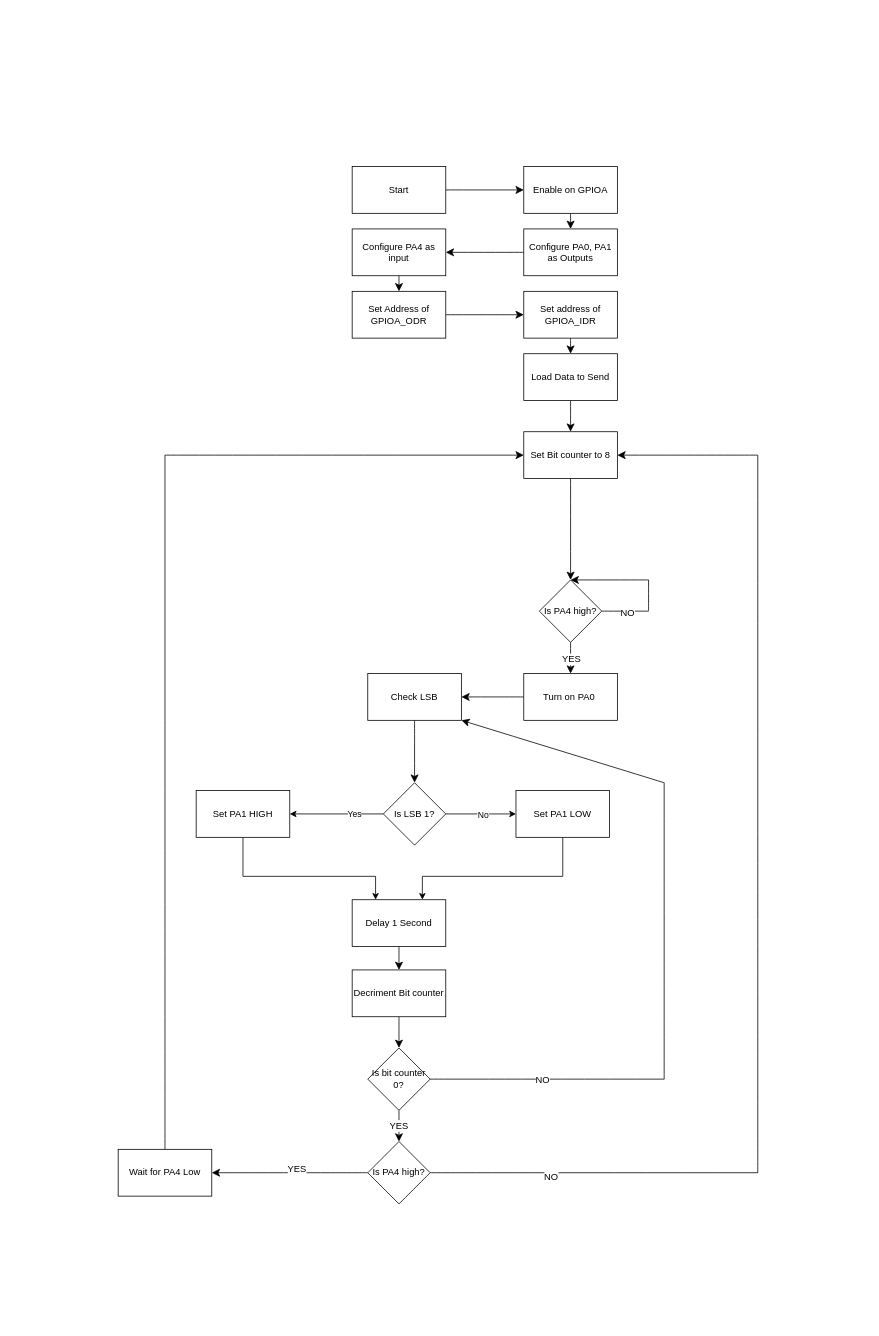
Before: Project Flowcharts/STM32 Part (Final Project).drawio in Qbowling/349_final_project, a draw.io diagram. Source tidied: cells renumbered, new cells numbered last; positions are measured from the earlier drawing's top-left corner, leaving out a move shared by most shapes. Both pictures are drawn from the tidied source at 78%, with x=0, y=0 at pixel (118, 166).
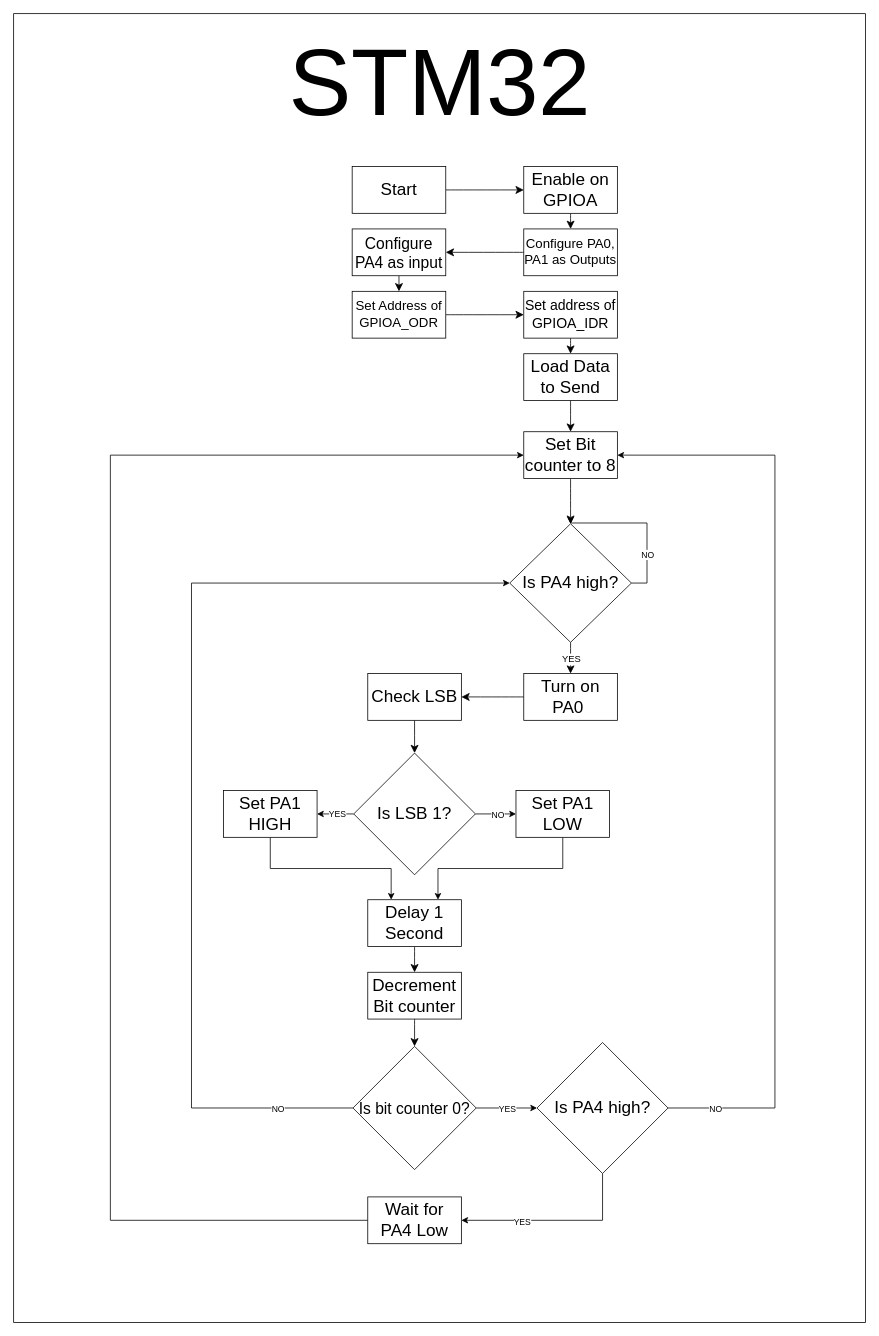
The same page after the edit.

Commit message:
final STM32 flowchart

Unchanged cells that the change refers to:
```xml
<mxCell id="16" style="edgeStyle=orthogonalEdgeStyle;rounded=0;jettySize=auto;html=1;exitX=1;exitY=0.5;exitDx=0;exitDy=0;entryX=0;entryY=0.5;entryDx=0;entryDy=0;" parent="1" edge="1" source="18" target="22">
  <mxGeometry relative="1" as="geometry" />
</mxCell>
```

Change to the diagram source:
```diff
@@
+    <mxCell id="59" style="rounded=0;whiteSpace=wrap;html=1;" parent="1" vertex="1">
+      <mxGeometry x="-134" y="-196" width="1092" height="1678" as="geometry" />
+    </mxCell>
@@
-    <mxCell id="3" value="Load Data to Send" style="rounded=0;whiteSpace=wrap;html=1;" parent="1" vertex="1">
+    <mxCell id="3" value="&lt;font style=&quot;font-size: 22px;&quot;&gt;Load Data to Send&lt;/font&gt;" style="rounded=0;whiteSpace=wrap;html=1;" parent="1" vertex="1">
       <mxGeometry x="520" y="240" width="120" height="60" as="geometry" />
     </mxCell>
@@
-    <mxCell id="5" value="Enable on GPIOA" style="whiteSpace=wrap;html=1;" parent="1" vertex="1">
+    <mxCell id="5" value="&lt;font style=&quot;font-size: 22px;&quot;&gt;Enable on GPIOA&lt;/font&gt;" style="whiteSpace=wrap;html=1;" parent="1" vertex="1">
       <mxGeometry x="520" width="120" height="60" as="geometry" />
     </mxCell>
@@
-    <mxCell id="7" value="Configure PA0, PA1 as Outputs" style="whiteSpace=wrap;html=1;" parent="1" vertex="1">
+    <mxCell id="7" value="&lt;font style=&quot;font-size: 17px;&quot;&gt;Configure PA0, PA1 as Outputs&lt;/font&gt;" style="whiteSpace=wrap;html=1;" parent="1" vertex="1">
       <mxGeometry x="520" y="80" width="120" height="60" as="geometry" />
     </mxCell>
@@
-    <mxCell id="9" value="Set Address of GPIOA_ODR" style="whiteSpace=wrap;html=1;" parent="1" vertex="1">
+    <mxCell id="9" value="&lt;font style=&quot;font-size: 17px;&quot;&gt;Set Address of GPIOA_ODR&lt;/font&gt;" style="whiteSpace=wrap;html=1;" parent="1" vertex="1">
       <mxGeometry x="300" y="160" width="120" height="60" as="geometry" />
     </mxCell>
@@
-    <mxCell id="11" value="Turn on PA0&amp;nbsp;" style="whiteSpace=wrap;html=1;" parent="1" vertex="1">
+    <mxCell id="11" value="&lt;font style=&quot;font-size: 22px;&quot;&gt;Turn on PA0&amp;nbsp;&lt;/font&gt;" style="whiteSpace=wrap;html=1;" parent="1" vertex="1">
       <mxGeometry x="520" y="650" width="120" height="60" as="geometry" />
     </mxCell>
@@
-    <mxCell id="13" value="Check LSB" style="whiteSpace=wrap;html=1;" parent="1" vertex="1">
+    <mxCell id="13" value="&lt;font style=&quot;font-size: 22px;&quot;&gt;Check LSB&lt;/font&gt;" style="whiteSpace=wrap;html=1;" parent="1" vertex="1">
       <mxGeometry x="320" y="650" width="120" height="60" as="geometry" />
     </mxCell>
-    <mxCell id="14" style="edgeStyle=orthogonalEdgeStyle;rounded=0;jettySize=auto;html=1;entryX=1;entryY=0.5;entryDx=0;entryDy=0;" parent="1" edge="1" source="18" target="20">
-      <mxGeometry relative="1" as="geometry" />
-    </mxCell>
-    <mxCell id="15" value="Yes" style="edgeLabel;html=1;align=center;verticalAlign=middle;" parent="14" vertex="1">
-      <mxGeometry x="-0.36" relative="1" as="geometry" />
-    </mxCell>
@@
-    <mxCell id="17" value="No" style="edgeLabel;html=1;align=center;verticalAlign=middle;" parent="16" vertex="1">
+    <mxCell id="17" value="NO" style="edgeLabel;html=1;align=center;verticalAlign=middle;" parent="16" vertex="1">
       <mxGeometry x="0.03" y="-1" relative="1" as="geometry">
         <mxPoint x="1" as="offset" />
       </mxGeometry>
     </mxCell>
+    <mxCell id="14" style="edgeStyle=orthogonalEdgeStyle;rounded=0;jettySize=auto;html=1;entryX=1;entryY=0.5;entryDx=0;entryDy=0;" parent="1" edge="1" source="18" target="20">
+      <mxGeometry relative="1" as="geometry" />
+    </mxCell>
+    <mxCell id="60" value="YES" style="edgeLabel;html=1;align=center;verticalAlign=middle;" parent="14" vertex="1">
+      <mxGeometry x="-0.23" y="3" relative="1" as="geometry">
+        <mxPoint x="-4" y="-3" as="offset" />
+      </mxGeometry>
+    </mxCell>
-    <mxCell id="18" value="Is LSB 1?" style="rhombus;whiteSpace=wrap;html=1;" parent="1" vertex="1">
-      <mxGeometry x="340" y="790" width="80" height="80" as="geometry" />
+    <mxCell id="18" value="&lt;font style=&quot;font-size: 22px;&quot;&gt;Is LSB 1?&lt;/font&gt;" style="rhombus;whiteSpace=wrap;html=1;" parent="1" vertex="1">
+      <mxGeometry x="302" y="752" width="156" height="156" as="geometry" />
     </mxCell>
-    <mxCell id="19" style="edgeStyle=orthogonalEdgeStyle;rounded=0;jettySize=auto;html=1;entryX=0.25;entryY=0;entryDx=0;entryDy=0;exitX=0.5;exitY=1;exitDx=0;exitDy=0;" parent="1" edge="1" source="20" target="24">
-      <mxGeometry relative="1" as="geometry">
-        <Array as="points">
-          <mxPoint x="160" y="910" />
-          <mxPoint x="330" y="910" />
-        </Array>
-      </mxGeometry>
+    <mxCell id="19" style="edgeStyle=orthogonalEdgeStyle;rounded=0;jettySize=auto;html=1;exitX=0.5;exitY=1;exitDx=0;exitDy=0;entryX=0.25;entryY=0;entryDx=0;entryDy=0;" parent="1" edge="1" source="20" target="24">
+      <mxGeometry relative="1" as="geometry" />
     </mxCell>
-    <mxCell id="20" value="Set PA1 HIGH" style="whiteSpace=wrap;html=1;" parent="1" vertex="1">
-      <mxGeometry x="100" y="800" width="120" height="60" as="geometry" />
+    <mxCell id="20" value="&lt;font style=&quot;font-size: 22px;&quot;&gt;Set PA1 HIGH&lt;/font&gt;" style="whiteSpace=wrap;html=1;" parent="1" vertex="1">
+      <mxGeometry x="135" y="800" width="120" height="60" as="geometry" />
     </mxCell>
     <mxCell id="21" style="edgeStyle=orthogonalEdgeStyle;rounded=0;jettySize=auto;html=1;exitX=0.5;exitY=1;exitDx=0;exitDy=0;entryX=0.75;entryY=0;entryDx=0;entryDy=0;" parent="1" edge="1" source="22" target="24">
       <mxGeometry relative="1" as="geometry">
         <Array as="points">
-          <mxPoint x="570" y="910" />
-          <mxPoint x="390" y="910" />
+          <mxPoint x="570" y="900" />
+          <mxPoint x="410" y="900" />
         </Array>
       </mxGeometry>
     </mxCell>
-    <mxCell id="22" value="Set PA1 LOW" style="whiteSpace=wrap;html=1;" parent="1" vertex="1">
+    <mxCell id="22" value="&lt;font style=&quot;font-size: 22px;&quot;&gt;Set PA1 LOW&lt;/font&gt;" style="whiteSpace=wrap;html=1;" parent="1" vertex="1">
       <mxGeometry x="510" y="800" width="120" height="60" as="geometry" />
     </mxCell>
@@
-    <mxCell id="24" value="Delay 1 Second" style="whiteSpace=wrap;html=1;" parent="1" vertex="1">
-      <mxGeometry x="300" y="940" width="120" height="60" as="geometry" />
+    <mxCell id="24" value="&lt;font style=&quot;font-size: 22px;&quot;&gt;Delay 1 Second&lt;/font&gt;" style="whiteSpace=wrap;html=1;" parent="1" vertex="1">
+      <mxGeometry x="320" y="940" width="120" height="60" as="geometry" />
     </mxCell>
@@
-    <mxCell id="26" value="Start" style="whiteSpace=wrap;html=1;" parent="1" vertex="1">
+    <mxCell id="26" value="&lt;font style=&quot;font-size: 22px;&quot;&gt;Start&lt;/font&gt;" style="whiteSpace=wrap;html=1;" parent="1" vertex="1">
       <mxGeometry x="300" width="120" height="60" as="geometry" />
     </mxCell>
@@
-    <mxCell id="28" value="Configure PA4 as input" style="whiteSpace=wrap;html=1;" parent="1" vertex="1">
+    <mxCell id="28" value="&lt;font style=&quot;font-size: 20px;&quot;&gt;Configure PA4 as input&lt;/font&gt;" style="whiteSpace=wrap;html=1;" parent="1" vertex="1">
       <mxGeometry x="300" y="80" width="120" height="60" as="geometry" />
     </mxCell>
@@
-    <mxCell id="30" value="Set address of GPIOA_IDR" style="whiteSpace=wrap;html=1;" parent="1" vertex="1">
+    <mxCell id="30" value="&lt;font style=&quot;font-size: 18px;&quot;&gt;Set address of GPIOA_IDR&lt;/font&gt;" style="whiteSpace=wrap;html=1;" parent="1" vertex="1">
       <mxGeometry x="520" y="160" width="120" height="60" as="geometry" />
     </mxCell>
@@
-    <mxCell id="33" value="Is PA4 high?" style="rhombus;whiteSpace=wrap;html=1;" parent="1" vertex="1">
-      <mxGeometry x="540" y="530" width="80" height="80" as="geometry" />
+    <mxCell id="33" value="&lt;font style=&quot;font-size: 22px;&quot;&gt;Is PA4 high?&lt;/font&gt;" style="rhombus;whiteSpace=wrap;html=1;" parent="1" vertex="1">
+      <mxGeometry x="502" y="458" width="156" height="152" as="geometry" />
     </mxCell>
-    <mxCell id="34" style="endArrow=none;html=1;rounded=0;fontSize=12;startSize=8;endSize=8;curved=1;" parent="1" edge="1">
-      <mxGeometry relative="1" as="geometry">
-        <mxPoint x="620" y="570" as="sourcePoint" />
-        <mxPoint x="680" y="570" as="targetPoint" />
-      </mxGeometry>
-    </mxCell>
-    <mxCell id="35" value="NO" style="edgeLabel;html=1;align=center;verticalAlign=middle;fontSize=12;" parent="34" vertex="1">
-      <mxGeometry x="0.07" y="-2" relative="1" as="geometry" />
-    </mxCell>
-    <mxCell id="36" style="endArrow=none;html=1;rounded=0;fontSize=12;startSize=8;endSize=8;curved=1;" parent="1" edge="1">
-      <mxGeometry relative="1" as="geometry">
-        <mxPoint x="680" y="570" as="sourcePoint" />
-        <mxPoint x="680" y="530" as="targetPoint" />
-      </mxGeometry>
-    </mxCell>
-    <mxCell id="37" style="endArrow=classic;html=1;rounded=0;fontSize=12;startSize=8;endSize=8;curved=1;entryX=0.5;entryY=0;entryDx=0;entryDy=0;" parent="1" edge="1" target="33">
-      <mxGeometry relative="1" as="geometry">
-        <mxPoint x="680" y="530" as="sourcePoint" />
-      </mxGeometry>
-    </mxCell>
-    <mxCell id="38" style="endArrow=none;html=1;rounded=0;fontSize=12;startSize=8;endSize=8;curved=1;exitX=1;exitY=0.5;exitDx=0;exitDy=0;" parent="1" edge="1" source="43">
-      <mxGeometry relative="1" as="geometry">
-        <mxPoint x="700" y="1170" as="targetPoint" />
-      </mxGeometry>
-    </mxCell>
-    <mxCell id="39" value="NO" style="edgeLabel;html=1;align=center;verticalAlign=middle;fontSize=12;" parent="38" vertex="1">
-      <mxGeometry x="-0.05" y="-1" relative="1" as="geometry" />
-    </mxCell>
-    <mxCell id="40" style="endArrow=none;html=1;rounded=0;fontSize=12;startSize=8;endSize=8;curved=1;" parent="1" edge="1">
-      <mxGeometry relative="1" as="geometry">
-        <mxPoint x="700" y="1170" as="sourcePoint" />
-        <mxPoint x="700" y="790" as="targetPoint" />
-      </mxGeometry>
-    </mxCell>
-    <mxCell id="41" style="endArrow=classic;html=1;rounded=0;fontSize=12;startSize=8;endSize=8;curved=1;entryX=1;entryY=1;entryDx=0;entryDy=0;" parent="1" edge="1" target="13">
-      <mxGeometry relative="1" as="geometry">
-        <mxPoint x="700" y="790" as="sourcePoint" />
-      </mxGeometry>
-    </mxCell>
+    <mxCell id="61" style="edgeStyle=orthogonalEdgeStyle;rounded=0;jettySize=auto;html=1;entryX=0;entryY=0.5;entryDx=0;entryDy=0;exitX=0;exitY=0.5;exitDx=0;exitDy=0;" parent="1" edge="1" source="43" target="33">
+      <mxGeometry relative="1" as="geometry">
+        <Array as="points">
+          <mxPoint x="94" y="1207" />
+          <mxPoint x="94" y="534" />
+        </Array>
+      </mxGeometry>
+    </mxCell>
+    <mxCell id="62" value="NO" style="edgeLabel;html=1;align=center;verticalAlign=middle;" parent="61" vertex="1">
+      <mxGeometry x="-0.85" y="1" relative="1" as="geometry" />
+    </mxCell>
-    <mxCell id="42" value="YES" style="edgeStyle=none;curved=1;rounded=0;jettySize=auto;html=1;fontSize=12;startSize=8;endSize=8;entryX=0.5;entryY=0;entryDx=0;entryDy=0;" parent="1" edge="1" source="43" target="47">
+    <mxCell id="42" style="edgeStyle=orthogonalEdgeStyle;rounded=0;jettySize=auto;html=1;" parent="1" edge="1" source="43" target="47">
       <mxGeometry relative="1" as="geometry" />
     </mxCell>
+    <mxCell id="63" value="YES" style="edgeLabel;html=1;align=center;verticalAlign=middle;" parent="42" vertex="1">
+      <mxGeometry x="-0.02" y="3" relative="1" as="geometry">
+        <mxPoint x="1" y="3" as="offset" />
+      </mxGeometry>
+    </mxCell>
-    <mxCell id="43" value="Is bit counter 0?" style="rhombus;whiteSpace=wrap;html=1;" parent="1" vertex="1">
-      <mxGeometry x="320" y="1130" width="80" height="80" as="geometry" />
+    <mxCell id="43" value="&lt;font style=&quot;font-size: 20px;&quot;&gt;Is bit counter 0?&lt;/font&gt;" style="rhombus;whiteSpace=wrap;html=1;" parent="1" vertex="1">
+      <mxGeometry x="301" y="1128" width="158" height="158" as="geometry" />
     </mxCell>
-    <mxCell id="44" style="edgeStyle=none;curved=1;rounded=0;orthogonalLoop=1;jettySize=auto;html=1;exitX=1;exitY=0;exitDx=0;exitDy=0;fontSize=12;startSize=8;endSize=8;" parent="1" edge="1" source="43" target="43">
-      <mxGeometry relative="1" as="geometry" />
-    </mxCell>
-    <mxCell id="45" style="edgeStyle=none;curved=1;rounded=0;jettySize=auto;html=1;fontSize=12;startSize=8;endSize=8;entryX=1;entryY=0.5;entryDx=0;entryDy=0;" parent="1" edge="1" source="47" target="48">
-      <mxGeometry relative="1" as="geometry" />
-    </mxCell>
-    <mxCell id="46" value="YES" style="edgeLabel;html=1;align=center;verticalAlign=middle;fontSize=12;" parent="45" vertex="1">
-      <mxGeometry x="-0.08" y="-5" relative="1" as="geometry" />
-    </mxCell>
-    <mxCell id="47" value="Is PA4 high?" style="rhombus;whiteSpace=wrap;html=1;" parent="1" vertex="1">
-      <mxGeometry x="320" y="1250" width="80" height="80" as="geometry" />
-    </mxCell>
+    <mxCell id="64" style="edgeStyle=orthogonalEdgeStyle;rounded=0;jettySize=auto;html=1;endArrow=classic;startFill=0;endFill=1;entryX=0;entryY=0.5;entryDx=0;entryDy=0;exitX=0;exitY=0.5;exitDx=0;exitDy=0;" parent="1" edge="1" source="48">
+      <mxGeometry relative="1" as="geometry">
+        <mxPoint x="520" y="370" as="targetPoint" />
+        <Array as="points">
+          <mxPoint x="-10" y="1351" />
+          <mxPoint x="-10" y="370" />
+        </Array>
+      </mxGeometry>
+    </mxCell>
+    <mxCell id="65" style="edgeStyle=orthogonalEdgeStyle;rounded=0;jettySize=auto;html=1;entryX=0.5;entryY=1;entryDx=0;entryDy=0;endArrow=none;startFill=1;startArrow=classic;" parent="1" edge="1" source="48" target="47">
+      <mxGeometry relative="1" as="geometry" />
+    </mxCell>
+    <mxCell id="66" value="YES" style="edgeLabel;html=1;align=center;verticalAlign=middle;" parent="65" vertex="1">
+      <mxGeometry x="-0.36" y="-1" relative="1" as="geometry" />
+    </mxCell>
-    <mxCell id="48" value="Wait for PA4 Low" style="whiteSpace=wrap;html=1;" parent="1" vertex="1">
-      <mxGeometry y="1260" width="120" height="60" as="geometry" />
+    <mxCell id="48" value="&lt;font style=&quot;font-size: 22px;&quot;&gt;Wait for PA4 Low&lt;/font&gt;" style="whiteSpace=wrap;html=1;" parent="1" vertex="1">
+      <mxGeometry x="320" y="1321" width="120" height="60" as="geometry" />
     </mxCell>
-    <mxCell id="49" style="endArrow=none;html=1;rounded=0;fontSize=12;startSize=8;endSize=8;curved=1;exitX=0.5;exitY=0;exitDx=0;exitDy=0;" parent="1" edge="1" source="48">
-      <mxGeometry relative="1" as="geometry">
-        <mxPoint x="60" y="370" as="targetPoint" />
-      </mxGeometry>
-    </mxCell>
-    <mxCell id="50" style="endArrow=classic;html=1;rounded=0;fontSize=12;startSize=8;endSize=8;curved=1;entryX=0;entryY=0.5;entryDx=0;entryDy=0;" parent="1" edge="1" target="52">
-      <mxGeometry relative="1" as="geometry">
-        <mxPoint x="60" y="370" as="sourcePoint" />
-      </mxGeometry>
-    </mxCell>
@@
-    <mxCell id="52" value="Set Bit counter to 8" style="rounded=0;whiteSpace=wrap;html=1;" parent="1" vertex="1">
+    <mxCell id="52" value="&lt;font style=&quot;font-size: 22px;&quot;&gt;Set Bit counter to 8&lt;/font&gt;" style="rounded=0;whiteSpace=wrap;html=1;" parent="1" vertex="1">
       <mxGeometry x="520" y="340" width="120" height="60" as="geometry" />
     </mxCell>
@@
-    <mxCell id="54" value="Decriment Bit counter" style="whiteSpace=wrap;html=1;" parent="1" vertex="1">
-      <mxGeometry x="300" y="1030" width="120" height="60" as="geometry" />
+    <mxCell id="54" value="&lt;font style=&quot;font-size: 22px;&quot;&gt;Decrement Bit counter&lt;/font&gt;" style="whiteSpace=wrap;html=1;" parent="1" vertex="1">
+      <mxGeometry x="320" y="1033" width="120" height="60" as="geometry" />
     </mxCell>
-    <mxCell id="55" style="endArrow=none;html=1;rounded=0;fontSize=12;startSize=8;endSize=8;curved=1;exitX=1;exitY=0.5;exitDx=0;exitDy=0;" parent="1" edge="1" source="47">
-      <mxGeometry relative="1" as="geometry">
-        <mxPoint x="820" y="1290" as="targetPoint" />
-      </mxGeometry>
-    </mxCell>
-    <mxCell id="56" value="NO" style="edgeLabel;html=1;align=center;verticalAlign=middle;fontSize=12;" parent="55" vertex="1">
-      <mxGeometry x="-0.26" y="-5" relative="1" as="geometry">
-        <mxPoint x="-1" as="offset" />
-      </mxGeometry>
-    </mxCell>
-    <mxCell id="57" style="endArrow=none;html=1;rounded=0;fontSize=12;startSize=8;endSize=8;curved=1;" parent="1" edge="1">
-      <mxGeometry relative="1" as="geometry">
-        <mxPoint x="820" y="1290" as="sourcePoint" />
-        <mxPoint x="820" y="370" as="targetPoint" />
-      </mxGeometry>
-    </mxCell>
-    <mxCell id="58" style="endArrow=classic;html=1;rounded=0;fontSize=12;startSize=8;endSize=8;curved=1;entryX=1;entryY=0.5;entryDx=0;entryDy=0;" parent="1" edge="1" target="52">
-      <mxGeometry relative="1" as="geometry">
-        <mxPoint x="820" y="370" as="sourcePoint" />
-      </mxGeometry>
-    </mxCell>
+    <mxCell id="67" value="&lt;font style=&quot;font-size: 120px;&quot;&gt;STM32&lt;/font&gt;" style="text;html=1;align=center;verticalAlign=middle;strokeColor=none;fillColor=none;" parent="1" vertex="1">
+      <mxGeometry x="209.5" y="-186" width="405" height="156" as="geometry" />
+    </mxCell>
+    <mxCell id="68" style="edgeStyle=orthogonalEdgeStyle;rounded=0;orthogonalLoop=1;jettySize=auto;html=1;entryX=1;entryY=0.5;entryDx=0;entryDy=0;endArrow=none;startFill=1;startArrow=classic;" parent="1" edge="1" source="33" target="33">
+      <mxGeometry relative="1" as="geometry">
+        <Array as="points">
+          <mxPoint x="580" y="457" />
+          <mxPoint x="678" y="457" />
+          <mxPoint x="678" y="534" />
+        </Array>
+      </mxGeometry>
+    </mxCell>
+    <mxCell id="69" value="NO" style="edgeLabel;html=1;align=center;verticalAlign=middle;" parent="68" vertex="1">
+      <mxGeometry x="0.42" relative="1" as="geometry" />
+    </mxCell>
+    <mxCell id="70" style="edgeStyle=orthogonalEdgeStyle;rounded=0;jettySize=auto;html=1;entryX=1;entryY=0.5;entryDx=0;entryDy=0;" parent="1" edge="1" source="47" target="52">
+      <mxGeometry relative="1" as="geometry">
+        <Array as="points">
+          <mxPoint x="842" y="1207" />
+          <mxPoint x="842" y="370" />
+        </Array>
+      </mxGeometry>
+    </mxCell>
+    <mxCell id="71" value="NO&lt;div&gt;&lt;br&gt;&lt;/div&gt;" style="edgeLabel;html=1;align=center;verticalAlign=middle;" parent="70" vertex="1">
+      <mxGeometry x="-0.9" y="-5" relative="1" as="geometry">
+        <mxPoint x="1" y="3" as="offset" />
+      </mxGeometry>
+    </mxCell>
+    <mxCell id="47" value="&lt;font style=&quot;font-size: 22px;&quot;&gt;Is PA4 high?&lt;/font&gt;" style="rhombus;whiteSpace=wrap;html=1;" parent="1" vertex="1">
+      <mxGeometry x="537" y="1123" width="168" height="168" as="geometry" />
+    </mxCell>
```
